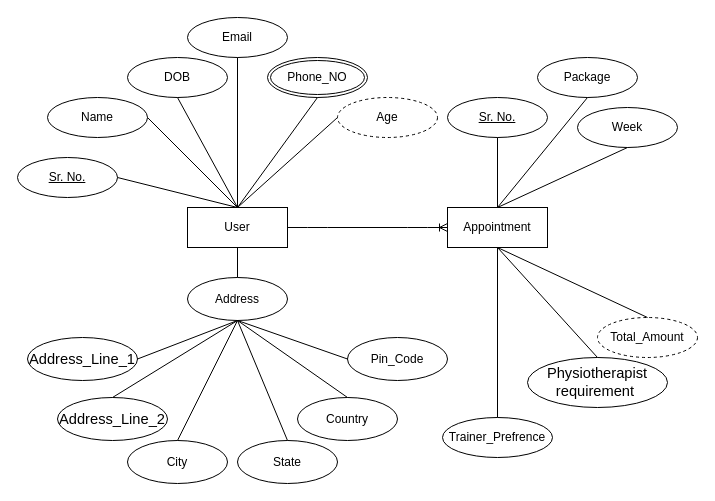
Earlier version of the draw.io diagram Fitness-ER-Diagram.drawio (ruthvikvachhani/java-learning). Source tidied: cells renumbered, new cells numbered last; positions are measured from the earlier drawing's top-left corner, leaving out a move shared by most shapes. Both pictures are drawn from the tidied source at 100%, with x=0, y=0 at pixel (17, 17).
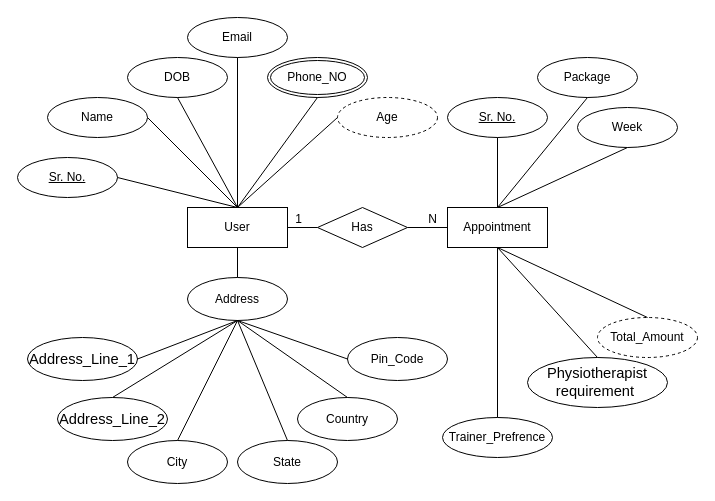
After the change.

Unchanged cells that the change refers to:
```xml
<mxCell id="3" value="User" style="whiteSpace=wrap;html=1;align=center;" parent="1" vertex="1">
  <mxGeometry x="170" y="190" width="100" height="40" as="geometry" />
</mxCell>
<mxCell id="27" value="Appointment" style="whiteSpace=wrap;html=1;align=center;" parent="1" vertex="1">
  <mxGeometry x="430" y="190" width="100" height="40" as="geometry" />
</mxCell>
```

Change to the diagram source:
```diff
@@
-    <mxCell id="42" style="edgeStyle=entityRelationEdgeStyle;fontSize=12;html=1;endArrow=ERoneToMany;exitX=1;exitY=0.5;exitDx=0;exitDy=0;entryX=0;entryY=0.5;entryDx=0;entryDy=0;" parent="1" edge="1" source="3" target="27">
-      <mxGeometry relative="1" as="geometry" />
-    </mxCell>
+    <mxCell id="43" value="Has" style="shape=rhombus;perimeter=rhombusPerimeter;whiteSpace=wrap;html=1;align=center;" parent="1" vertex="1">
+      <mxGeometry x="300" y="190" width="90" height="40" as="geometry" />
+    </mxCell>
+    <mxCell id="44" style="endArrow=none;html=1;rounded=0;exitX=1;exitY=0.5;exitDx=0;exitDy=0;entryX=0;entryY=0.5;entryDx=0;entryDy=0;" parent="1" edge="1" source="3" target="43">
+      <mxGeometry relative="1" as="geometry" />
+    </mxCell>
+    <mxCell id="45" value="1" style="html=1;align=right;verticalAlign=bottom;" parent="44" vertex="1">
+      <mxGeometry x="1" relative="1" as="geometry">
+        <mxPoint x="-15" as="offset" />
+      </mxGeometry>
+    </mxCell>
+    <mxCell id="46" style="endArrow=none;html=1;rounded=0;exitX=1;exitY=0.5;exitDx=0;exitDy=0;entryX=0;entryY=0.5;entryDx=0;entryDy=0;" parent="1" edge="1" source="43" target="27">
+      <mxGeometry relative="1" as="geometry" />
+    </mxCell>
+    <mxCell id="47" value="N" style="html=1;align=right;verticalAlign=bottom;" parent="46" vertex="1">
+      <mxGeometry x="1" relative="1" as="geometry">
+        <mxPoint x="-10" as="offset" />
+      </mxGeometry>
+    </mxCell>
```
